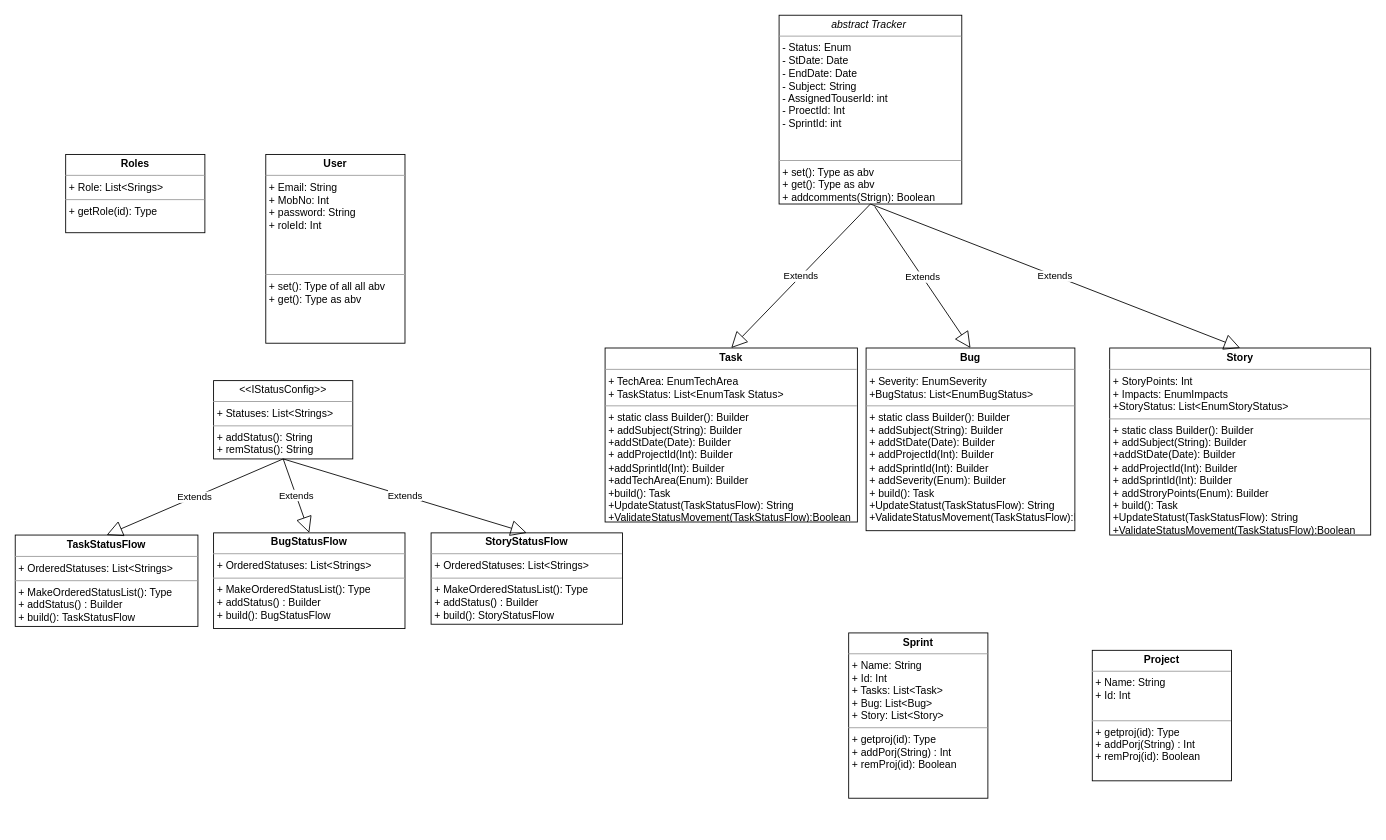
Above: TaskPlanner.drawio in LearningsLab/BoilerPlates (draw.io), before the change. Source tidied: cells renumbered, new cells numbered last; positions are measured from the earlier drawing's top-left corner, leaving out a move shared by most shapes. Both pictures are drawn from the tidied source at 87%, with x=0, y=0 at pixel (15, 15).
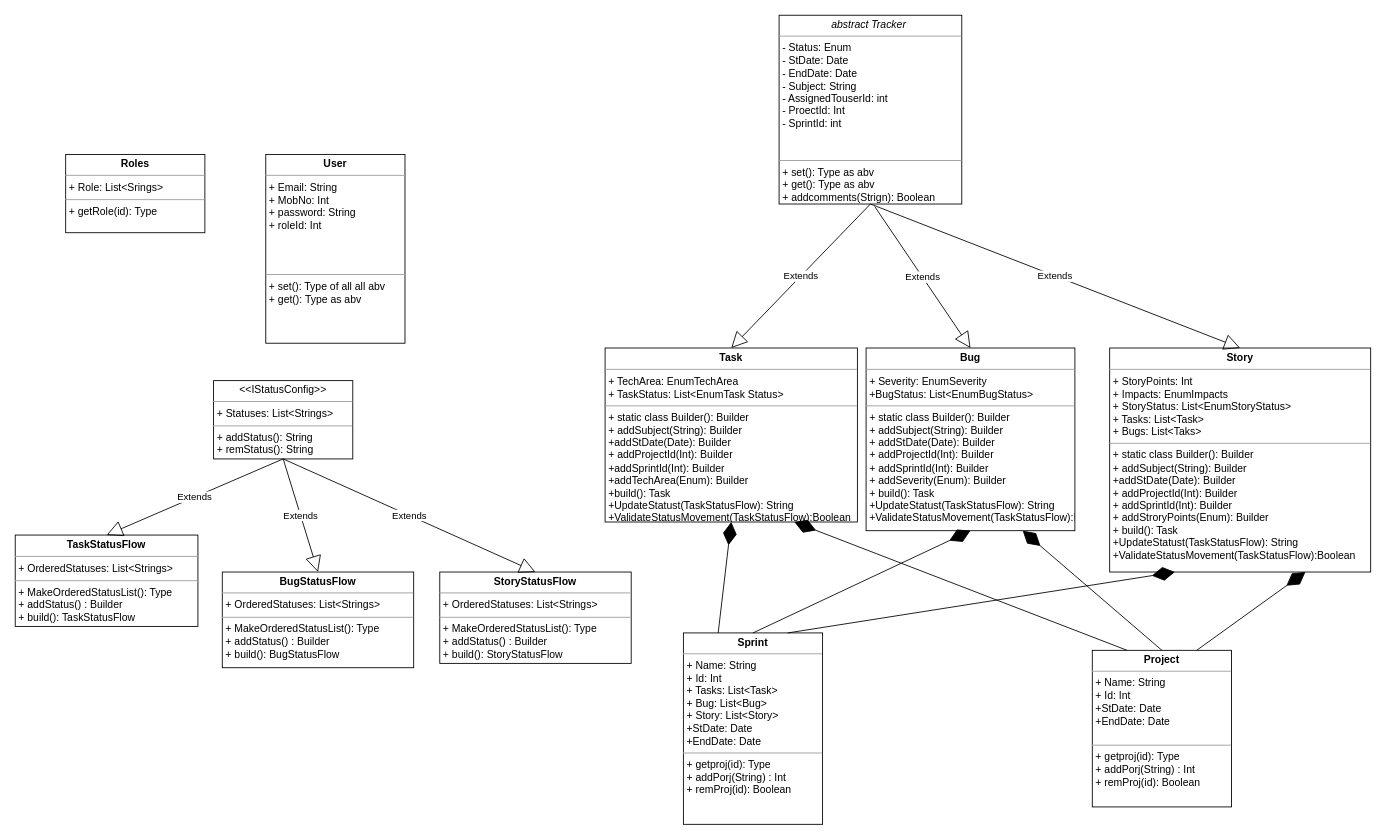
The same diagram, later.

Commit message:
added attributes and composition beh

The change refers to these unchanged cells:
```xml
<mxCell id="3" value="&lt;p style=&quot;margin: 0px ; margin-top: 4px ; text-align: center&quot;&gt;&lt;b&gt;Task&lt;/b&gt;&lt;/p&gt;&lt;hr size=&quot;1&quot;&gt;&lt;p style=&quot;margin: 0px ; margin-left: 4px&quot;&gt;+ TechArea: EnumTechArea&lt;/p&gt;&lt;p style=&quot;margin: 0px ; margin-left: 4px&quot;&gt;+ TaskStatus: List&amp;lt;EnumTask Status&amp;gt;&lt;/p&gt;&lt;hr size=&quot;1&quot;&gt;&lt;p style=&quot;margin: 0px ; margin-left: 4px&quot;&gt;+ static class Builder(): Builder&lt;/p&gt;&lt;p style=&quot;margin: 0px ; margin-left: 4px&quot;&gt;+ addSubject(String): Builder&lt;/p&gt;&lt;p style=&quot;margin: 0px ; margin-left: 4px&quot;&gt;+addStDate(Date): Builder&lt;/p&gt;&lt;p style=&quot;margin: 0px ; margin-left: 4px&quot;&gt;+ addProjectId(Int): Builder&lt;/p&gt;&lt;p style=&quot;margin: 0px ; margin-left: 4px&quot;&gt;+addSprintId(Int): Builder&lt;/p&gt;&lt;p style=&quot;margin: 0px ; margin-left: 4px&quot;&gt;+addTechArea(Enum): Builder&lt;/p&gt;&lt;p style=&quot;margin: 0px ; margin-left: 4px&quot;&gt;+build(): Task&lt;/p&gt;&lt;p style=&quot;margin: 0px ; margin-left: 4px&quot;&gt;+UpdateStatust(TaskStatusFlow): String&lt;/p&gt;&lt;p style=&quot;margin: 0px ; margin-left: 4px&quot;&gt;+ValidateStatusMovement(TaskStatusFlow):Boolean&lt;/p&gt;" style="verticalAlign=top;align=left;overflow=fill;fontSize=12;fontFamily=Helvetica;html=1;" parent="1" vertex="1">
  <mxGeometry x="678" y="382.5" width="290" height="200" as="geometry" />
</mxCell>
<mxCell id="7" value="&lt;p style=&quot;margin: 0px ; margin-top: 4px ; text-align: center&quot;&gt;&lt;b&gt;Bug&lt;/b&gt;&lt;/p&gt;&lt;hr size=&quot;1&quot;&gt;&lt;p style=&quot;margin: 0px ; margin-left: 4px&quot;&gt;+ Severity: EnumSeverity&lt;/p&gt;&lt;p style=&quot;margin: 0px ; margin-left: 4px&quot;&gt;+BugStatus: List&amp;lt;EnumBugStatus&amp;gt;&lt;/p&gt;&lt;hr size=&quot;1&quot;&gt;&lt;p style=&quot;margin: 0px ; margin-left: 4px&quot;&gt;&lt;span&gt;+ static class Builder(): Builder&lt;/span&gt;&lt;/p&gt;&lt;p style=&quot;margin: 0px 0px 0px 4px&quot;&gt;+ addSubject(String): Builder&lt;/p&gt;&lt;p style=&quot;margin: 0px 0px 0px 4px&quot;&gt;+ addStDate(Date): Builder&lt;/p&gt;&lt;p style=&quot;margin: 0px 0px 0px 4px&quot;&gt;+ addProjectId(Int): Builder&lt;/p&gt;&lt;p style=&quot;margin: 0px 0px 0px 4px&quot;&gt;+ addSprintId(Int): Builder&lt;/p&gt;&lt;p style=&quot;margin: 0px 0px 0px 4px&quot;&gt;+ addSeverity(Enum): Builder&lt;/p&gt;&lt;p style=&quot;margin: 0px 0px 0px 4px&quot;&gt;+ build(): Task&lt;/p&gt;&lt;p style=&quot;margin: 0px 0px 0px 4px&quot;&gt;+UpdateStatust(TaskStatusFlow): String&lt;/p&gt;&lt;p style=&quot;margin: 0px 0px 0px 4px&quot;&gt;+ValidateStatusMovement(TaskStatusFlow):Boolean&lt;/p&gt;" style="verticalAlign=top;align=left;overflow=fill;fontSize=12;fontFamily=Helvetica;html=1;" parent="1" vertex="1">
  <mxGeometry x="978" y="382.5" width="240" height="210" as="geometry" />
</mxCell>
```

Change to the diagram source:
```diff
@@
-    <mxCell id="4" value="&lt;p style=&quot;margin: 0px ; margin-top: 4px ; text-align: center&quot;&gt;&lt;b&gt;Story&lt;/b&gt;&lt;/p&gt;&lt;hr size=&quot;1&quot;&gt;&lt;p style=&quot;margin: 0px ; margin-left: 4px&quot;&gt;+ StoryPoints: Int&lt;/p&gt;&lt;p style=&quot;margin: 0px ; margin-left: 4px&quot;&gt;+ Impacts: EnumImpacts&lt;/p&gt;&lt;p style=&quot;margin: 0px ; margin-left: 4px&quot;&gt;+StoryStatus: List&amp;lt;EnumStoryStatus&amp;gt;&lt;/p&gt;&lt;hr size=&quot;1&quot;&gt;&lt;p style=&quot;margin: 0px ; margin-left: 4px&quot;&gt;+&amp;nbsp;&lt;span&gt;static class Builder(): Builder&lt;/span&gt;&lt;/p&gt;&lt;p style=&quot;margin: 0px 0px 0px 4px&quot;&gt;+ addSubject(String): Builder&lt;/p&gt;&lt;p style=&quot;margin: 0px 0px 0px 4px&quot;&gt;+addStDate(Date): Builder&lt;/p&gt;&lt;p style=&quot;margin: 0px 0px 0px 4px&quot;&gt;+ addProjectId(Int): Builder&lt;/p&gt;&lt;p style=&quot;margin: 0px 0px 0px 4px&quot;&gt;+ addSprintId(Int): Builder&lt;/p&gt;&lt;p style=&quot;margin: 0px 0px 0px 4px&quot;&gt;+ addStroryPoints(Enum): Builder&lt;/p&gt;&lt;p style=&quot;margin: 0px 0px 0px 4px&quot;&gt;+ build(): Task&lt;/p&gt;&lt;p style=&quot;margin: 0px 0px 0px 4px&quot;&gt;+UpdateStatust(TaskStatusFlow): String&lt;/p&gt;&lt;p style=&quot;margin: 0px 0px 0px 4px&quot;&gt;+ValidateStatusMovement(TaskStatusFlow):Boolean&lt;/p&gt;" style="verticalAlign=top;align=left;overflow=fill;fontSize=12;fontFamily=Helvetica;html=1;" parent="1" vertex="1">
-      <mxGeometry x="1258" y="382.5" width="300" height="215" as="geometry" />
+    <mxCell id="4" value="&lt;p style=&quot;margin: 0px ; margin-top: 4px ; text-align: center&quot;&gt;&lt;b&gt;Story&lt;/b&gt;&lt;/p&gt;&lt;hr size=&quot;1&quot;&gt;&lt;p style=&quot;margin: 0px ; margin-left: 4px&quot;&gt;+ StoryPoints: Int&lt;/p&gt;&lt;p style=&quot;margin: 0px ; margin-left: 4px&quot;&gt;+ Impacts: EnumImpacts&lt;/p&gt;&lt;p style=&quot;margin: 0px ; margin-left: 4px&quot;&gt;+ StoryStatus: List&amp;lt;EnumStoryStatus&amp;gt;&lt;/p&gt;&lt;p style=&quot;margin: 0px ; margin-left: 4px&quot;&gt;+ Tasks: List&amp;lt;Task&amp;gt;&lt;/p&gt;&lt;p style=&quot;margin: 0px ; margin-left: 4px&quot;&gt;+ Bugs: List&amp;lt;Taks&amp;gt;&lt;/p&gt;&lt;hr size=&quot;1&quot;&gt;&lt;p style=&quot;margin: 0px ; margin-left: 4px&quot;&gt;+&amp;nbsp;&lt;span&gt;static class Builder(): Builder&lt;/span&gt;&lt;/p&gt;&lt;p style=&quot;margin: 0px 0px 0px 4px&quot;&gt;+ addSubject(String): Builder&lt;/p&gt;&lt;p style=&quot;margin: 0px 0px 0px 4px&quot;&gt;+addStDate(Date): Builder&lt;/p&gt;&lt;p style=&quot;margin: 0px 0px 0px 4px&quot;&gt;+ addProjectId(Int): Builder&lt;/p&gt;&lt;p style=&quot;margin: 0px 0px 0px 4px&quot;&gt;+ addSprintId(Int): Builder&lt;/p&gt;&lt;p style=&quot;margin: 0px 0px 0px 4px&quot;&gt;+ addStroryPoints(Enum): Builder&lt;/p&gt;&lt;p style=&quot;margin: 0px 0px 0px 4px&quot;&gt;+ build(): Task&lt;/p&gt;&lt;p style=&quot;margin: 0px 0px 0px 4px&quot;&gt;+UpdateStatust(TaskStatusFlow): String&lt;/p&gt;&lt;p style=&quot;margin: 0px 0px 0px 4px&quot;&gt;+ValidateStatusMovement(TaskStatusFlow):Boolean&lt;/p&gt;" style="verticalAlign=top;align=left;overflow=fill;fontSize=12;fontFamily=Helvetica;html=1;" parent="1" vertex="1">
+      <mxGeometry x="1258" y="382.5" width="300" height="257.5" as="geometry" />
     </mxCell>
@@
     <mxCell id="10" value="&lt;p style=&quot;margin: 0px ; margin-top: 4px ; text-align: center&quot;&gt;&lt;b&gt;BugStatusFlow&lt;/b&gt;&lt;/p&gt;&lt;hr size=&quot;1&quot;&gt;&lt;p style=&quot;margin: 0px ; margin-left: 4px&quot;&gt;+ OrderedStatuses: List&amp;lt;Strings&amp;gt;&lt;/p&gt;&lt;hr size=&quot;1&quot;&gt;&lt;p style=&quot;margin: 0px ; margin-left: 4px&quot;&gt;+ MakeOrderedStatusList(): Type&lt;/p&gt;&lt;p style=&quot;margin: 0px 0px 0px 4px&quot;&gt;+ addStatus() : Builder&lt;/p&gt;&lt;p style=&quot;margin: 0px 0px 0px 4px&quot;&gt;+ build(): BugStatusFlow&lt;/p&gt;&lt;p style=&quot;margin: 0px ; margin-left: 4px&quot;&gt;&lt;br&gt;&lt;/p&gt;" style="verticalAlign=top;align=left;overflow=fill;fontSize=12;fontFamily=Helvetica;html=1;" parent="1" vertex="1">
-      <mxGeometry x="228" y="595" width="220" height="110" as="geometry" />
+      <mxGeometry x="238" y="640" width="220" height="110" as="geometry" />
     </mxCell>
     <mxCell id="11" value="&lt;p style=&quot;margin: 0px ; margin-top: 4px ; text-align: center&quot;&gt;&lt;b&gt;StoryStatusFlow&lt;/b&gt;&lt;/p&gt;&lt;hr size=&quot;1&quot;&gt;&lt;p style=&quot;margin: 0px ; margin-left: 4px&quot;&gt;+ OrderedStatuses: List&amp;lt;Strings&amp;gt;&lt;/p&gt;&lt;hr size=&quot;1&quot;&gt;&lt;p style=&quot;margin: 0px ; margin-left: 4px&quot;&gt;+ MakeOrderedStatusList(): Type&lt;/p&gt;&lt;p style=&quot;margin: 0px 0px 0px 4px&quot;&gt;+ addStatus() : Builder&lt;/p&gt;&lt;p style=&quot;margin: 0px 0px 0px 4px&quot;&gt;+ build(): StoryStatusFlow&lt;/p&gt;&lt;p style=&quot;margin: 0px ; margin-left: 4px&quot;&gt;&lt;br&gt;&lt;/p&gt;" style="verticalAlign=top;align=left;overflow=fill;fontSize=12;fontFamily=Helvetica;html=1;" parent="1" vertex="1">
-      <mxGeometry x="478" y="595" width="220" height="105" as="geometry" />
+      <mxGeometry x="488" y="640" width="220" height="105" as="geometry" />
     </mxCell>
@@
-    <mxCell id="18" value="&lt;p style=&quot;margin: 0px ; margin-top: 4px ; text-align: center&quot;&gt;&lt;b&gt;Project&lt;/b&gt;&lt;/p&gt;&lt;hr size=&quot;1&quot;&gt;&lt;p style=&quot;margin: 0px ; margin-left: 4px&quot;&gt;+ Name: String&lt;/p&gt;&lt;p style=&quot;margin: 0px ; margin-left: 4px&quot;&gt;+ Id: Int&lt;/p&gt;&lt;p style=&quot;margin: 0px ; margin-left: 4px&quot;&gt;&lt;br&gt;&lt;/p&gt;&lt;hr size=&quot;1&quot;&gt;&lt;p style=&quot;margin: 0px ; margin-left: 4px&quot;&gt;+ getproj(id): Type&lt;/p&gt;&lt;p style=&quot;margin: 0px ; margin-left: 4px&quot;&gt;+ addPorj(String) : Int&lt;/p&gt;&lt;p style=&quot;margin: 0px ; margin-left: 4px&quot;&gt;+ remProj(id): Boolean&lt;/p&gt;" style="verticalAlign=top;align=left;overflow=fill;fontSize=12;fontFamily=Helvetica;html=1;" parent="1" vertex="1">
-      <mxGeometry x="1238" y="730" width="160" height="150" as="geometry" />
+    <mxCell id="18" value="&lt;p style=&quot;margin: 0px ; margin-top: 4px ; text-align: center&quot;&gt;&lt;b&gt;Project&lt;/b&gt;&lt;/p&gt;&lt;hr size=&quot;1&quot;&gt;&lt;p style=&quot;margin: 0px ; margin-left: 4px&quot;&gt;+ Name: String&lt;/p&gt;&lt;p style=&quot;margin: 0px ; margin-left: 4px&quot;&gt;+ Id: Int&lt;/p&gt;&lt;p style=&quot;margin: 0px ; margin-left: 4px&quot;&gt;+StDate: Date&lt;/p&gt;&lt;p style=&quot;margin: 0px ; margin-left: 4px&quot;&gt;+EndDate: Date&lt;/p&gt;&lt;p style=&quot;margin: 0px ; margin-left: 4px&quot;&gt;&lt;br&gt;&lt;/p&gt;&lt;hr size=&quot;1&quot;&gt;&lt;p style=&quot;margin: 0px ; margin-left: 4px&quot;&gt;+ getproj(id): Type&lt;/p&gt;&lt;p style=&quot;margin: 0px ; margin-left: 4px&quot;&gt;+ addPorj(String) : Int&lt;/p&gt;&lt;p style=&quot;margin: 0px ; margin-left: 4px&quot;&gt;+ remProj(id): Boolean&lt;/p&gt;" style="verticalAlign=top;align=left;overflow=fill;fontSize=12;fontFamily=Helvetica;html=1;" parent="1" vertex="1">
+      <mxGeometry x="1238" y="730" width="160" height="180" as="geometry" />
     </mxCell>
-    <mxCell id="19" value="&lt;p style=&quot;margin: 0px ; margin-top: 4px ; text-align: center&quot;&gt;&lt;b&gt;Sprint&lt;/b&gt;&lt;/p&gt;&lt;hr size=&quot;1&quot;&gt;&lt;p style=&quot;margin: 0px ; margin-left: 4px&quot;&gt;+ Name: String&lt;/p&gt;&lt;p style=&quot;margin: 0px ; margin-left: 4px&quot;&gt;+ Id: Int&lt;/p&gt;&lt;p style=&quot;margin: 0px ; margin-left: 4px&quot;&gt;+ Tasks: List&amp;lt;Task&amp;gt;&lt;/p&gt;&lt;p style=&quot;margin: 0px ; margin-left: 4px&quot;&gt;+ Bug: List&amp;lt;Bug&amp;gt;&lt;br&gt;&lt;/p&gt;&lt;p style=&quot;margin: 0px ; margin-left: 4px&quot;&gt;+ Story: List&amp;lt;Story&amp;gt;&lt;br&gt;&lt;/p&gt;&lt;hr size=&quot;1&quot;&gt;&lt;p style=&quot;margin: 0px ; margin-left: 4px&quot;&gt;+ getproj(id): Type&lt;/p&gt;&lt;p style=&quot;margin: 0px ; margin-left: 4px&quot;&gt;+ addPorj(String) : Int&lt;/p&gt;&lt;p style=&quot;margin: 0px ; margin-left: 4px&quot;&gt;+ remProj(id): Boolean&lt;/p&gt;" style="verticalAlign=top;align=left;overflow=fill;fontSize=12;fontFamily=Helvetica;html=1;" parent="1" vertex="1">
-      <mxGeometry x="958" y="710" width="160" height="190" as="geometry" />
+    <mxCell id="19" value="&lt;p style=&quot;margin: 0px ; margin-top: 4px ; text-align: center&quot;&gt;&lt;b&gt;Sprint&lt;/b&gt;&lt;/p&gt;&lt;hr size=&quot;1&quot;&gt;&lt;p style=&quot;margin: 0px ; margin-left: 4px&quot;&gt;+ Name: String&lt;/p&gt;&lt;p style=&quot;margin: 0px ; margin-left: 4px&quot;&gt;+ Id: Int&lt;/p&gt;&lt;p style=&quot;margin: 0px ; margin-left: 4px&quot;&gt;+ Tasks: List&amp;lt;Task&amp;gt;&lt;/p&gt;&lt;p style=&quot;margin: 0px ; margin-left: 4px&quot;&gt;+ Bug: List&amp;lt;Bug&amp;gt;&lt;br&gt;&lt;/p&gt;&lt;p style=&quot;margin: 0px ; margin-left: 4px&quot;&gt;+ Story: List&amp;lt;Story&amp;gt;&lt;br&gt;&lt;/p&gt;&lt;p style=&quot;margin: 0px ; margin-left: 4px&quot;&gt;+StDate: Date&lt;/p&gt;&lt;p style=&quot;margin: 0px ; margin-left: 4px&quot;&gt;+EndDate: Date&lt;/p&gt;&lt;hr size=&quot;1&quot;&gt;&lt;p style=&quot;margin: 0px ; margin-left: 4px&quot;&gt;+ getproj(id): Type&lt;/p&gt;&lt;p style=&quot;margin: 0px ; margin-left: 4px&quot;&gt;+ addPorj(String) : Int&lt;/p&gt;&lt;p style=&quot;margin: 0px ; margin-left: 4px&quot;&gt;+ remProj(id): Boolean&lt;/p&gt;" style="verticalAlign=top;align=left;overflow=fill;fontSize=12;fontFamily=Helvetica;html=1;" parent="1" vertex="1">
+      <mxGeometry x="768" y="710" width="160" height="220" as="geometry" />
     </mxCell>
+    <mxCell id="20" style="endArrow=diamondThin;endFill=1;endSize=24;html=1;sourcePerimeterSpacing=8;targetPerimeterSpacing=8;entryX=0.5;entryY=1;entryDx=0;entryDy=0;exitX=0.25;exitY=0;exitDx=0;exitDy=0;" parent="1" edge="1" source="19" target="3">
+      <mxGeometry relative="1" as="geometry" />
+    </mxCell>
+    <mxCell id="21" style="endArrow=diamondThin;endFill=1;endSize=24;html=1;sourcePerimeterSpacing=8;targetPerimeterSpacing=8;entryX=0.5;entryY=1;entryDx=0;entryDy=0;exitX=0.5;exitY=0;exitDx=0;exitDy=0;" parent="1" edge="1" source="19" target="7">
+      <mxGeometry relative="1" as="geometry" />
+    </mxCell>
+    <mxCell id="22" style="endArrow=diamondThin;endFill=1;endSize=24;html=1;sourcePerimeterSpacing=8;targetPerimeterSpacing=8;entryX=0.25;entryY=1;entryDx=0;entryDy=0;exitX=0.75;exitY=0;exitDx=0;exitDy=0;" parent="1" edge="1" source="19" target="4">
+      <mxGeometry relative="1" as="geometry" />
+    </mxCell>
+    <mxCell id="23" style="endArrow=diamondThin;endFill=1;endSize=24;html=1;sourcePerimeterSpacing=8;targetPerimeterSpacing=8;entryX=0.75;entryY=1;entryDx=0;entryDy=0;exitX=0.75;exitY=0;exitDx=0;exitDy=0;" parent="1" edge="1" source="18" target="4">
+      <mxGeometry relative="1" as="geometry" />
+    </mxCell>
+    <mxCell id="24" style="endArrow=diamondThin;endFill=1;endSize=24;html=1;sourcePerimeterSpacing=8;targetPerimeterSpacing=8;entryX=0.75;entryY=1;entryDx=0;entryDy=0;exitX=0.25;exitY=0;exitDx=0;exitDy=0;" parent="1" edge="1" source="18" target="3">
+      <mxGeometry relative="1" as="geometry" />
+    </mxCell>
+    <mxCell id="25" style="endArrow=diamondThin;endFill=1;endSize=24;html=1;sourcePerimeterSpacing=8;targetPerimeterSpacing=8;entryX=0.75;entryY=1;entryDx=0;entryDy=0;exitX=0.5;exitY=0;exitDx=0;exitDy=0;" parent="1" edge="1" source="18" target="7">
+      <mxGeometry relative="1" as="geometry" />
+    </mxCell>
```
